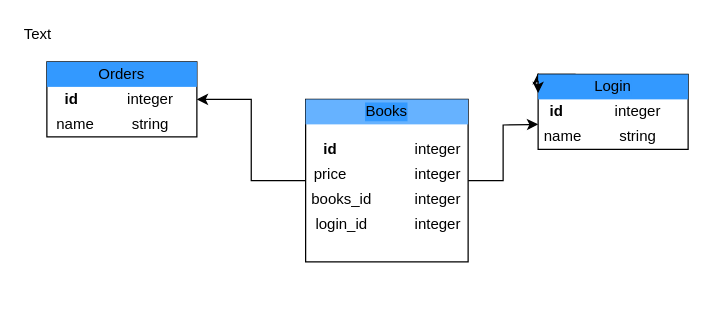
Above: 1.drawio in hihijazi/phase-4-flask-project-bookstore (draw.io), before the change. Source tidied: cells renumbered, new cells numbered last; positions are measured from the earlier drawing's top-left corner, leaving out a move shared by most shapes. Both pictures are drawn from the tidied source at 125%, with x=0, y=0 at pixel (21, 21).
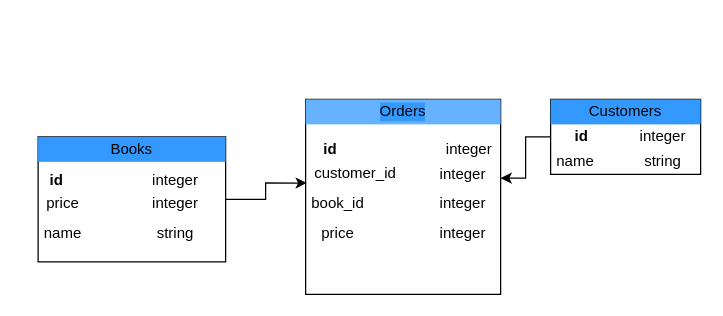
Above is the later version.

Diff of the diagram source:
```diff
@@
-    <mxCell id="2" value="Text" style="text;html=1;align=left;verticalAlign=top;spacingTop=-4;" parent="1" vertex="1">
-      <mxGeometry width="40" height="20" as="geometry" />
-    </mxCell>
+    <mxCell id="30" style="edgeStyle=orthogonalEdgeStyle;rounded=0;jettySize=auto;html=1;entryX=1;entryY=0.404;entryDx=0;entryDy=0;entryPerimeter=0;" parent="1" edge="1" source="3" target="6">
+      <mxGeometry relative="1" as="geometry" />
+    </mxCell>
     <mxCell id="3" style="rounded=0;whiteSpace=wrap;html=1;fontStyle=1;" parent="1" vertex="1">
-      <mxGeometry x="20" y="32" width="120" height="60" as="geometry" />
+      <mxGeometry x="423" y="62" width="120" height="60" as="geometry" />
     </mxCell>
-    <mxCell id="4" style="edgeStyle=orthogonalEdgeStyle;rounded=0;jettySize=auto;html=1;exitX=1;exitY=0.5;exitDx=0;exitDy=0;" parent="1" edge="1" source="6">
-      <mxGeometry relative="1" as="geometry">
-        <mxPoint x="413" y="82" as="targetPoint" />
-      </mxGeometry>
-    </mxCell>
-    <mxCell id="5" style="edgeStyle=orthogonalEdgeStyle;rounded=0;jettySize=auto;html=1;exitX=0;exitY=0.5;exitDx=0;exitDy=0;entryX=1;entryY=0.5;entryDx=0;entryDy=0;" parent="1" edge="1" source="6" target="3">
-      <mxGeometry relative="1" as="geometry" />
-    </mxCell>
     <mxCell id="6" style="whiteSpace=wrap;html=1;" parent="1" vertex="1">
-      <mxGeometry x="227" y="62" width="130" height="130" as="geometry" />
+      <mxGeometry x="227" y="62" width="156" height="156" as="geometry" />
     </mxCell>
+    <mxCell id="31" style="edgeStyle=orthogonalEdgeStyle;rounded=0;jettySize=auto;html=1;entryX=0.006;entryY=0.429;entryDx=0;entryDy=0;entryPerimeter=0;" parent="1" edge="1" source="7" target="6">
+      <mxGeometry relative="1" as="geometry" />
+    </mxCell>
     <mxCell id="7" style="rounded=0;whiteSpace=wrap;html=1;" parent="1" vertex="1">
-      <mxGeometry x="413" y="42" width="120" height="60" as="geometry" />
+      <mxGeometry x="13" y="92" width="150" height="100" as="geometry" />
     </mxCell>
@@
-    <mxCell id="9" style="edgeStyle=orthogonalEdgeStyle;rounded=0;orthogonalLoop=1;jettySize=auto;html=1;exitX=0.25;exitY=0;exitDx=0;exitDy=0;entryX=0;entryY=-0.017;entryDx=0;entryDy=0;entryPerimeter=0;" parent="1" edge="1" source="7" target="7">
-      <mxGeometry relative="1" as="geometry" />
-    </mxCell>
-    <mxCell id="10" value="Orders" style="text;html=1;strokeColor=none;fillColor=#3399FF;align=center;verticalAlign=middle;whiteSpace=wrap;rounded=0;labelBackgroundColor=#3399FF;labelBorderColor=none;" parent="1" vertex="1">
-      <mxGeometry x="20" y="32" width="120" height="20" as="geometry" />
+    <mxCell id="10" value="Customers" style="text;html=1;strokeColor=none;fillColor=#3399FF;align=center;verticalAlign=middle;whiteSpace=wrap;rounded=0;labelBackgroundColor=#3399FF;labelBorderColor=none;" parent="1" vertex="1">
+      <mxGeometry x="423" y="62" width="120" height="20" as="geometry" />
     </mxCell>
-    <mxCell id="11" value="Login" style="text;html=1;strokeColor=none;fillColor=#3399FF;align=center;verticalAlign=middle;whiteSpace=wrap;rounded=0;labelBackgroundColor=#3399FF;" parent="1" vertex="1">
-      <mxGeometry x="413" y="42" width="120" height="20" as="geometry" />
+    <mxCell id="11" value="Books" style="text;html=1;strokeColor=none;fillColor=#3399FF;align=center;verticalAlign=middle;whiteSpace=wrap;rounded=0;labelBackgroundColor=#3399FF;" parent="1" vertex="1">
+      <mxGeometry x="13" y="92" width="150" height="20" as="geometry" />
     </mxCell>
-    <mxCell id="12" value="Books" style="text;html=1;strokeColor=none;fillColor=#66B2FF;align=center;verticalAlign=middle;whiteSpace=wrap;rounded=0;labelBackgroundColor=#3399FF;" parent="1" vertex="1">
-      <mxGeometry x="227" y="62" width="130" height="20" as="geometry" />
+    <mxCell id="12" value="Orders" style="text;html=1;strokeColor=none;fillColor=#66B2FF;align=center;verticalAlign=middle;whiteSpace=wrap;rounded=0;labelBackgroundColor=#3399FF;" parent="1" vertex="1">
+      <mxGeometry x="227" y="62" width="156" height="20" as="geometry" />
     </mxCell>
     <mxCell id="13" value="id" style="text;html=1;strokeColor=none;fillColor=none;align=center;verticalAlign=middle;whiteSpace=wrap;rounded=0;labelBackgroundColor=#FFFFFF;fontStyle=1;" parent="1" vertex="1">
-      <mxGeometry x="20" y="52" width="40" height="20" as="geometry" />
+      <mxGeometry x="433" y="82" width="30" height="20" as="geometry" />
     </mxCell>
     <mxCell id="14" value="integer" style="text;html=1;strokeColor=none;fillColor=none;align=center;verticalAlign=middle;whiteSpace=wrap;rounded=0;labelBackgroundColor=#FFFFFF;" parent="1" vertex="1">
-      <mxGeometry x="83" y="52" width="40" height="20" as="geometry" />
+      <mxGeometry x="493" y="82" width="40" height="20" as="geometry" />
     </mxCell>
     <mxCell id="15" value="&lt;span style=&quot;font-weight: normal&quot;&gt;name&lt;/span&gt;" style="text;html=1;strokeColor=none;fillColor=none;align=center;verticalAlign=middle;whiteSpace=wrap;rounded=0;labelBackgroundColor=#FFFFFF;fontStyle=1;" parent="1" vertex="1">
-      <mxGeometry x="23" y="72" width="40" height="20" as="geometry" />
+      <mxGeometry x="423" y="102" width="40" height="20" as="geometry" />
     </mxCell>
     <mxCell id="16" value="string" style="text;html=1;strokeColor=none;fillColor=none;align=center;verticalAlign=middle;whiteSpace=wrap;rounded=0;labelBackgroundColor=#FFFFFF;" parent="1" vertex="1">
-      <mxGeometry x="83" y="72" width="40" height="20" as="geometry" />
+      <mxGeometry x="493" y="102" width="40" height="20" as="geometry" />
     </mxCell>
     <mxCell id="17" value="integer" style="text;html=1;strokeColor=none;fillColor=none;align=center;verticalAlign=middle;whiteSpace=wrap;rounded=0;labelBackgroundColor=#FFFFFF;" parent="1" vertex="1">
-      <mxGeometry x="313" y="92" width="40" height="20" as="geometry" />
+      <mxGeometry x="338" y="92" width="40" height="20" as="geometry" />
     </mxCell>
@@
     <mxCell id="19" value="&lt;b&gt;id&lt;/b&gt;" style="text;html=1;strokeColor=none;fillColor=none;align=center;verticalAlign=middle;whiteSpace=wrap;rounded=0;labelBackgroundColor=#FFFFFF;" parent="1" vertex="1">
-      <mxGeometry x="408" y="62" width="40" height="20" as="geometry" />
+      <mxGeometry x="8" y="117" width="40" height="20" as="geometry" />
     </mxCell>
     <mxCell id="20" value="integer" style="text;html=1;strokeColor=none;fillColor=none;align=center;verticalAlign=middle;whiteSpace=wrap;rounded=0;labelBackgroundColor=#FFFFFF;" parent="1" vertex="1">
-      <mxGeometry x="473" y="62" width="40" height="20" as="geometry" />
+      <mxGeometry x="103" y="117" width="40" height="20" as="geometry" />
     </mxCell>
-    <mxCell id="21" value="price" style="text;html=1;strokeColor=none;fillColor=none;align=center;verticalAlign=middle;whiteSpace=wrap;rounded=0;labelBackgroundColor=#FFFFFF;" parent="1" vertex="1">
-      <mxGeometry x="227" y="112" width="40" height="20" as="geometry" />
+    <mxCell id="21" value="customer_id" style="text;html=1;strokeColor=none;fillColor=none;align=center;verticalAlign=middle;whiteSpace=wrap;rounded=0;labelBackgroundColor=#FFFFFF;" parent="1" vertex="1">
+      <mxGeometry x="247" y="110.5" width="40" height="20" as="geometry" />
     </mxCell>
     <mxCell id="22" value="integer" style="text;html=1;strokeColor=none;fillColor=none;align=center;verticalAlign=middle;whiteSpace=wrap;rounded=0;labelBackgroundColor=#FFFFFF;" parent="1" vertex="1">
-      <mxGeometry x="313" y="112" width="40" height="20" as="geometry" />
+      <mxGeometry x="333" y="112" width="40" height="20" as="geometry" />
     </mxCell>
-    <mxCell id="23" value="name" style="text;html=1;strokeColor=none;fillColor=none;align=center;verticalAlign=middle;whiteSpace=wrap;rounded=0;labelBackgroundColor=#FFFFFF;" parent="1" vertex="1">
-      <mxGeometry x="413" y="82" width="40" height="20" as="geometry" />
+    <mxCell id="23" value="price" style="text;html=1;strokeColor=none;fillColor=none;align=center;verticalAlign=middle;whiteSpace=wrap;rounded=0;labelBackgroundColor=#FFFFFF;" parent="1" vertex="1">
+      <mxGeometry x="13" y="134.5" width="40" height="20" as="geometry" />
     </mxCell>
-    <mxCell id="24" value="string" style="text;html=1;strokeColor=none;fillColor=none;align=center;verticalAlign=middle;whiteSpace=wrap;rounded=0;labelBackgroundColor=#FFFFFF;" parent="1" vertex="1">
-      <mxGeometry x="473" y="82" width="40" height="20" as="geometry" />
+    <mxCell id="24" value="integer&lt;br&gt;" style="text;html=1;strokeColor=none;fillColor=none;align=center;verticalAlign=middle;whiteSpace=wrap;rounded=0;labelBackgroundColor=#FFFFFF;" parent="1" vertex="1">
+      <mxGeometry x="103" y="134.5" width="40" height="20" as="geometry" />
     </mxCell>
-    <mxCell id="25" value="books_id" style="text;html=1;strokeColor=none;fillColor=none;align=center;verticalAlign=middle;whiteSpace=wrap;rounded=0;labelBackgroundColor=#FFFFFF;" parent="1" vertex="1">
-      <mxGeometry x="236" y="132" width="40" height="20" as="geometry" />
-    </mxCell>
-    <mxCell id="26" value="login_id" style="text;html=1;strokeColor=none;fillColor=none;align=center;verticalAlign=middle;whiteSpace=wrap;rounded=0;labelBackgroundColor=#FFFFFF;" parent="1" vertex="1">
-      <mxGeometry x="236" y="152" width="40" height="20" as="geometry" />
-    </mxCell>
-    <mxCell id="27" value="integer" style="text;html=1;strokeColor=none;fillColor=none;align=center;verticalAlign=middle;whiteSpace=wrap;rounded=0;labelBackgroundColor=#FFFFFF;" parent="1" vertex="1">
-      <mxGeometry x="313" y="132" width="40" height="20" as="geometry" />
-    </mxCell>
-    <mxCell id="28" value="integer" style="text;html=1;strokeColor=none;fillColor=none;align=center;verticalAlign=middle;whiteSpace=wrap;rounded=0;labelBackgroundColor=#FFFFFF;" parent="1" vertex="1">
-      <mxGeometry x="313" y="152" width="40" height="20" as="geometry" />
-    </mxCell>
-    <mxCell id="29" style="edgeStyle=orthogonalEdgeStyle;rounded=0;orthogonalLoop=1;jettySize=auto;html=1;exitX=0;exitY=0.25;exitDx=0;exitDy=0;entryX=0;entryY=0.75;entryDx=0;entryDy=0;" parent="1" edge="1" source="11" target="11">
-      <mxGeometry relative="1" as="geometry" />
-    </mxCell>
+    <mxCell id="32" value="string" style="text;html=1;strokeColor=none;fillColor=none;align=center;verticalAlign=middle;whiteSpace=wrap;rounded=0;" parent="1" vertex="1">
+      <mxGeometry x="103" y="159" width="40" height="20" as="geometry" />
+    </mxCell>
+    <mxCell id="33" value="price" style="text;html=1;strokeColor=none;fillColor=none;align=center;verticalAlign=middle;whiteSpace=wrap;rounded=0;" parent="1" vertex="1">
+      <mxGeometry x="233" y="159" width="40" height="20" as="geometry" />
+    </mxCell>
+    <mxCell id="34" value="integer" style="text;html=1;strokeColor=none;fillColor=none;align=center;verticalAlign=middle;whiteSpace=wrap;rounded=0;" parent="1" vertex="1">
+      <mxGeometry x="333" y="159" width="40" height="20" as="geometry" />
+    </mxCell>
+    <mxCell id="35" value="name" style="text;html=1;strokeColor=none;fillColor=none;align=center;verticalAlign=middle;whiteSpace=wrap;rounded=0;" parent="1" vertex="1">
+      <mxGeometry x="13" y="159" width="40" height="20" as="geometry" />
+    </mxCell>
+    <mxCell id="36" value="book_id" style="text;html=1;strokeColor=none;fillColor=none;align=center;verticalAlign=middle;whiteSpace=wrap;rounded=0;" parent="1" vertex="1">
+      <mxGeometry x="233" y="134.5" width="40" height="20" as="geometry" />
+    </mxCell>
+    <mxCell id="37" value="integer" style="text;html=1;strokeColor=none;fillColor=none;align=center;verticalAlign=middle;whiteSpace=wrap;rounded=0;" parent="1" vertex="1">
+      <mxGeometry x="333" y="134.5" width="40" height="20" as="geometry" />
+    </mxCell>
```
